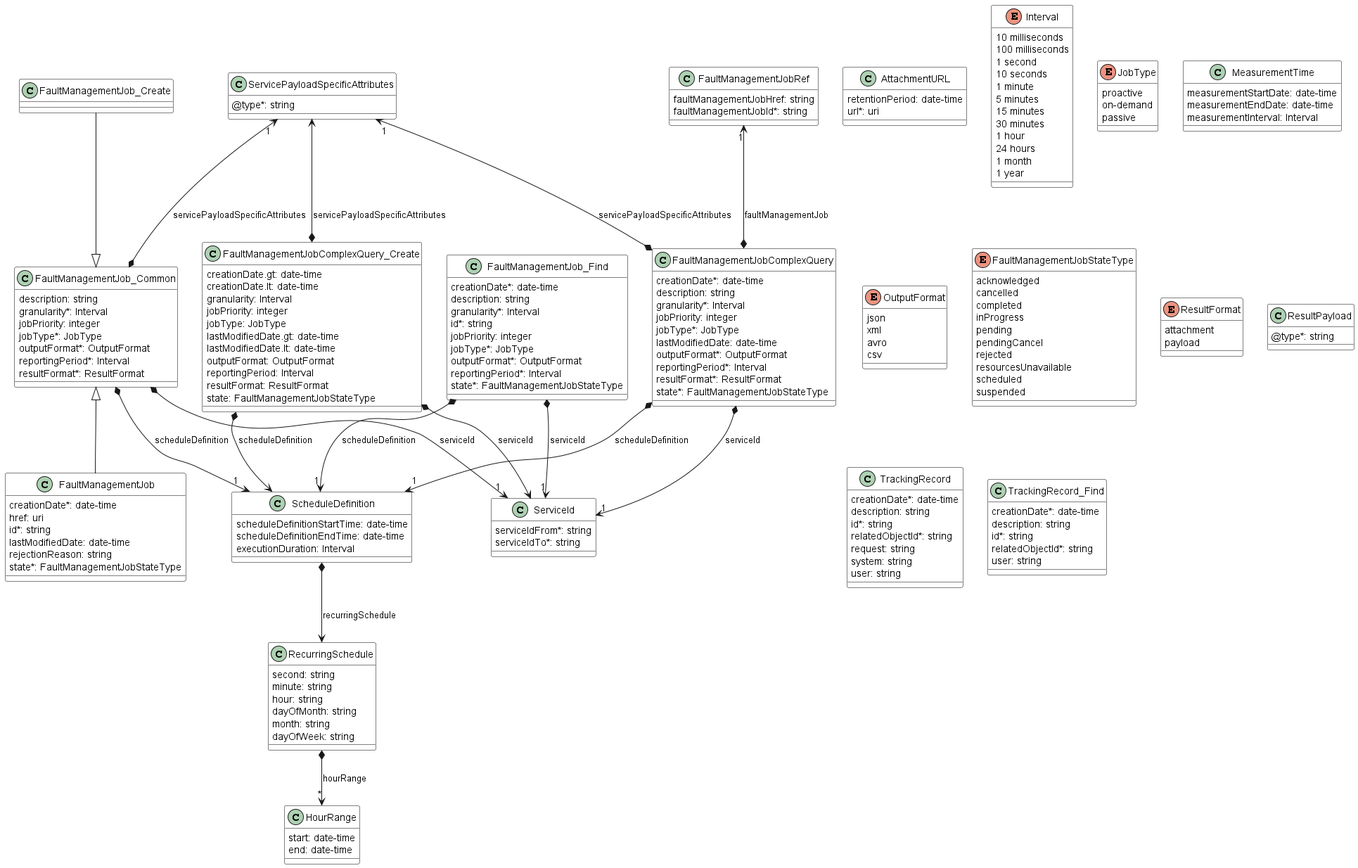
Above: documentation/serviceApi/fm/media/faultManagementDataModel.png in MEF-GIT/MEF-LSO-Legato-SDK (PlantUML), before the change.
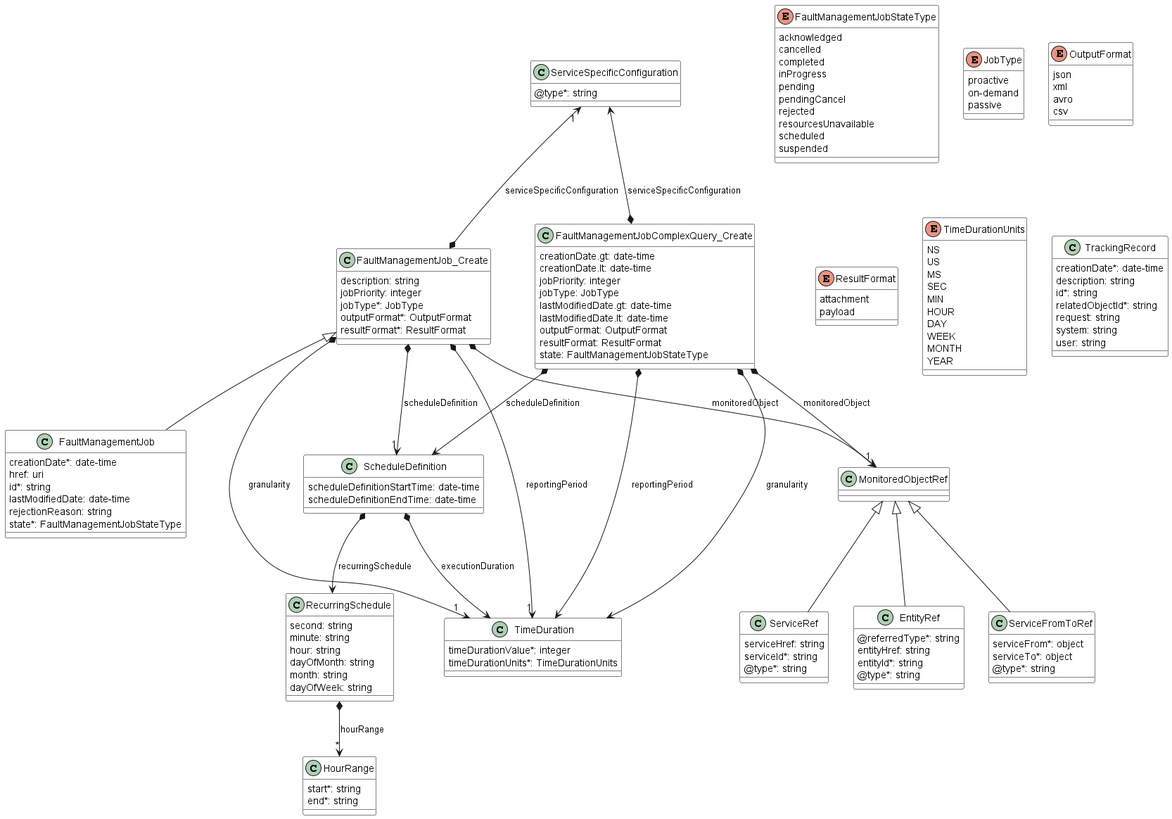
Above is the later version.

Diff of the diagram source:
```diff
@@ -2,56 +2,6 @@
 skinparam {
     ClassBackgroundColor White
     ClassBorderColor Black
-}
-
-class AttachmentURL {
-
-    retentionPeriod: date-time
-    url*: uri
-}
-
-class HourRange {
-
-    start: date-time
-    end: date-time
-}
-
-enum Interval {
-
-    10 milliseconds
-    100 milliseconds
-    1 second
-    10 seconds
-    1 minute
-    5 minutes
-    15 minutes
-    30 minutes
-    1 hour
-    24 hours
-    1 month
-    1 year
-}
-
-enum JobType {
-
-    proactive
-    on-demand
-    passive
-}
-
-class MeasurementTime {
-
-    measurementStartDate: date-time
-    measurementEndDate: date-time
-    measurementInterval: Interval
-}
-
-enum OutputFormat {
-
-    json
-    xml
-    avro
-    csv
 }
 
 class FaultManagementJob {
@@ -63,51 +13,26 @@
     rejectionReason: string
     state*: FaultManagementJobStateType
 }
-FaultManagementJob_Common <|-- FaultManagementJob
-
-class FaultManagementJobComplexQuery {
-
-    creationDate*: date-time
-    description: string
-    granularity*: Interval
-    jobPriority: integer
-    jobType*: JobType
-    lastModifiedDate: date-time
-    outputFormat*: OutputFormat
-    reportingPeriod*: Interval
-    resultFormat*: ResultFormat
-    state*: FaultManagementJobStateType
-}
-
-FaultManagementJobComplexQuery *-u->"1" FaultManagementJobRef : faultManagementJob
-FaultManagementJobComplexQuery *-->"1" ScheduleDefinition : scheduleDefinition
-FaultManagementJobComplexQuery *-->"1" ServiceId : serviceId
-FaultManagementJobComplexQuery *-u->"1" ServicePayloadSpecificAttributes : servicePayloadSpecificAttributes
+FaultManagementJob_Create <|-- FaultManagementJob
 
 class FaultManagementJobComplexQuery_Create {
 
     creationDate.gt: date-time
     creationDate.lt: date-time
-    granularity: Interval
     jobPriority: integer
     jobType: JobType
     lastModifiedDate.gt: date-time
     lastModifiedDate.lt: date-time
     outputFormat: OutputFormat
-    reportingPeriod: Interval
     resultFormat: ResultFormat
     state: FaultManagementJobStateType
 }
 
+FaultManagementJobComplexQuery_Create *--> TimeDuration : granularity
+FaultManagementJobComplexQuery_Create *--> MonitoredObjectRef : monitoredObject
+FaultManagementJobComplexQuery_Create *--> TimeDuration : reportingPeriod
 FaultManagementJobComplexQuery_Create *--> ScheduleDefinition : scheduleDefinition
-FaultManagementJobComplexQuery_Create *--> ServiceId : serviceId
-FaultManagementJobComplexQuery_Create *-u-> ServicePayloadSpecificAttributes : servicePayloadSpecificAttributes
-
-class FaultManagementJobRef {
-
-    faultManagementJobHref: string
-    faultManagementJobId*: string
-}
+FaultManagementJobComplexQuery_Create *-u-> ServiceSpecificConfiguration : serviceSpecificConfiguration
 
 enum FaultManagementJobStateType {
 
@@ -122,42 +47,72 @@
     scheduled
     suspended
 }
-
-class FaultManagementJob_Common {
+class FaultManagementJob_Create {
 
     description: string
-    granularity*: Interval
     jobPriority: integer
     jobType*: JobType
     outputFormat*: OutputFormat
-    reportingPeriod*: Interval
     resultFormat*: ResultFormat
 }
 
-FaultManagementJob_Common *-->"1" ScheduleDefinition : scheduleDefinition
-FaultManagementJob_Common *-->"1" ServiceId : serviceId
-FaultManagementJob_Common *-u->"1" ServicePayloadSpecificAttributes : servicePayloadSpecificAttributes
+FaultManagementJob_Create *-->"1" TimeDuration : granularity
+FaultManagementJob_Create *-->"1" MonitoredObjectRef : monitoredObject
+FaultManagementJob_Create *-->"1" TimeDuration : reportingPeriod
+FaultManagementJob_Create *-->"1" ScheduleDefinition : scheduleDefinition
+FaultManagementJob_Create *-u->"1" ServiceSpecificConfiguration : serviceSpecificConfiguration
 
-class FaultManagementJob_Create {
+
+class MonitoredObjectRef {
 
 }
-FaultManagementJob_Common <|-u- FaultManagementJob_Create
 
-class FaultManagementJob_Find {
+MonitoredObjectRef <|-- EntityRef
+MonitoredObjectRef <|-- ServiceFromToRef
+MonitoredObjectRef <|-- ServiceRef
 
-    creationDate*: date-time
-    description: string
-    granularity*: Interval
-    id*: string
-    jobPriority: integer
-    jobType*: JobType
-    outputFormat*: OutputFormat
-    reportingPeriod*: Interval
-    state*: FaultManagementJobStateType
+class EntityRef {
+
+    @referredType*: string
+    entityHref: string
+    entityId*: string
+    @type*: string
 }
 
-FaultManagementJob_Find *-->"1" ScheduleDefinition : scheduleDefinition
-FaultManagementJob_Find *-->"1" ServiceId : serviceId
+class ServiceFromToRef {
+
+    serviceFrom*: object
+    serviceTo*: object
+    @type*: string
+}
+
+class ServiceRef {
+
+    serviceHref: string
+    serviceId*: string
+    @type*: string
+}
+
+class HourRange {
+
+    start*: string
+    end*: string
+}
+
+enum JobType {
+
+    proactive
+    on-demand
+    passive
+}
+
+enum OutputFormat {
+
+    json
+    xml
+    avro
+    csv
+}
 
 class RecurringSchedule {
 
@@ -177,29 +132,38 @@
     payload
 }
 
-class ResultPayload {
+class ScheduleDefinition {
+
+    scheduleDefinitionStartTime: date-time
+    scheduleDefinitionEndTime: date-time
+}
+
+ScheduleDefinition *--> RecurringSchedule : recurringSchedule
+ScheduleDefinition *--> TimeDuration : executionDuration
+
+class ServiceSpecificConfiguration {
 
     @type*: string
 }
 
-class ScheduleDefinition {
+class TimeDuration {
 
-    scheduleDefinitionStartTime: date-time
-    scheduleDefinitionEndTime: date-time
-    executionDuration: Interval
+    timeDurationValue*: integer
+    timeDurationUnits*: TimeDurationUnits
 }
 
-ScheduleDefinition *--> RecurringSchedule : recurringSchedule
+enum TimeDurationUnits {
 
-class ServiceId {
-
-    serviceIdFrom*: string
-    serviceIdTo*: string
-}
-
-class ServicePayloadSpecificAttributes {
-
-    @type*: string
+    NS
+    US
+    MS
+    SEC
+    MIN
+    HOUR
+    DAY
+    WEEK
+    MONTH
+    YEAR
 }
 
 class TrackingRecord {
@@ -213,13 +177,4 @@
     user: string
 }
 
-class TrackingRecord_Find {
-
-    creationDate*: date-time
-    description: string
-    id*: string
-    relatedObjectId*: string
-    user: string
-}
-
 @enduml
```
